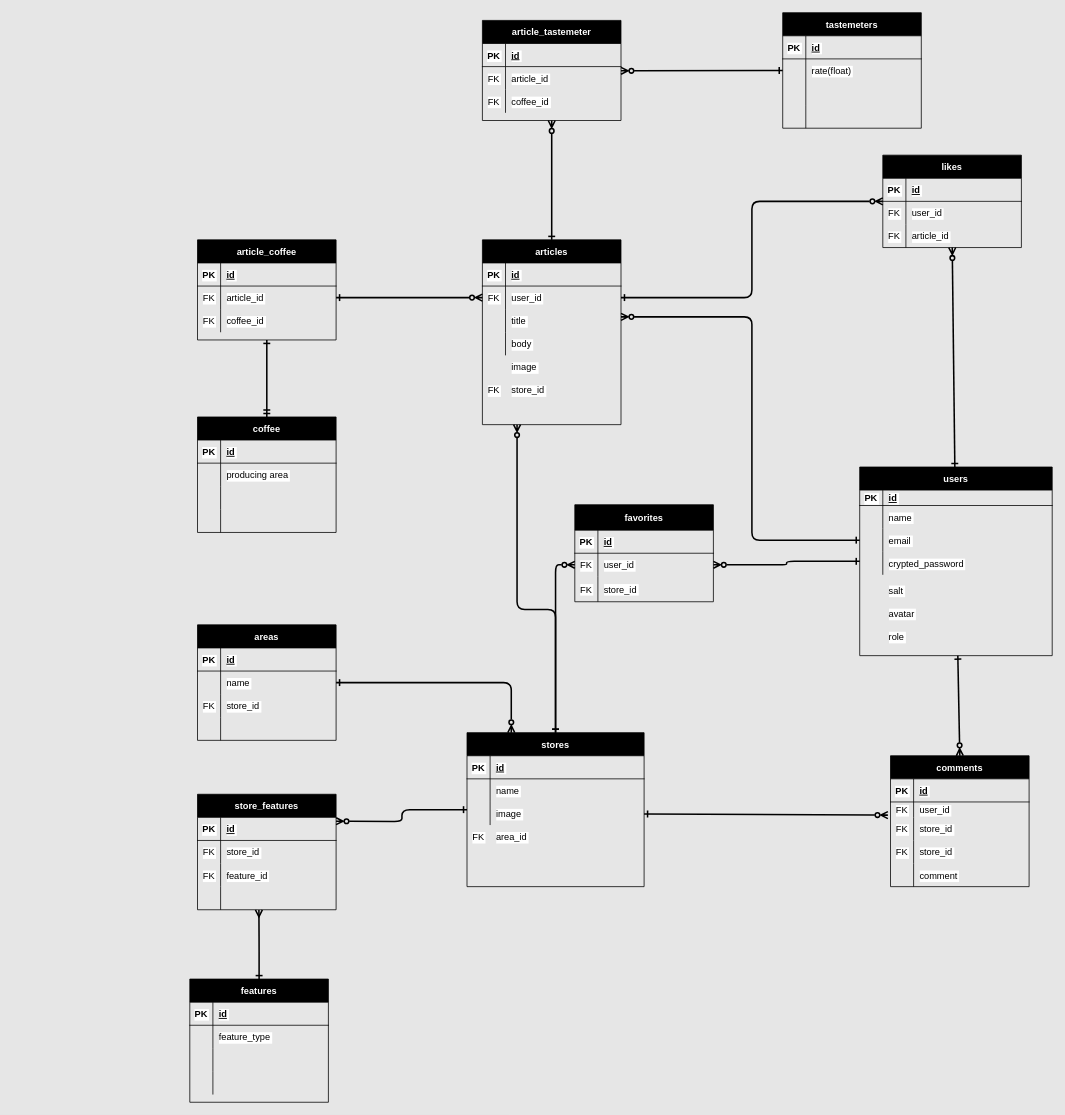
This is er.drawio from oldnew194/cold_brew_app, a draw.io file, before an edit. Source tidied: cells renumbered, new cells numbered last; positions are measured from the earlier drawing's top-left corner, leaving out a move shared by most shapes. Both pictures are drawn from the tidied source at 77%, with x=0, y=0 at pixel (189, 12).
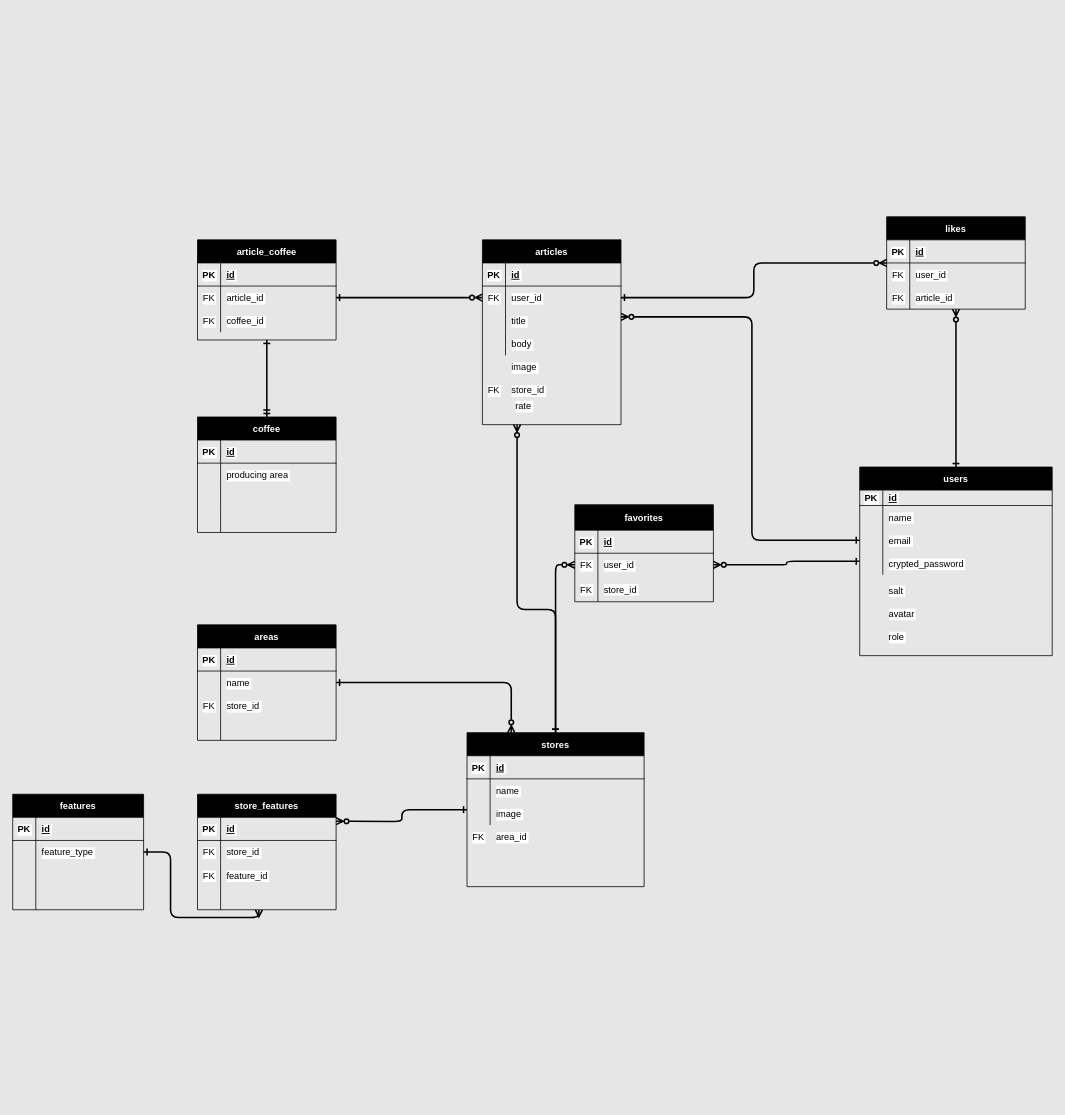
The same page after the edit.

Unchanged cells that the change refers to:
```xml
<mxCell id="3" value="articles" style="shape=table;startSize=30;childLayout=tableLayout;rowLines=0;fontStyle=1;align=center;fontColor=#FFFFFF;labelBackgroundColor=#000000;swimlaneFillColor=none;gradientColor=none;strokeColor=#000000;fillColor=#000000;" parent="1" vertex="1">
  <mxGeometry x="380" y="295" width="180" height="240" as="geometry" />
</mxCell>
<mxCell id="19" value="users" style="shape=table;startSize=30;childLayout=tableLayout;rowLines=0;fontStyle=1;align=center;labelBackgroundColor=#000000;fontColor=#FFFFFF;strokeColor=#000000;fillColor=#000000;" parent="1" vertex="1">
  <mxGeometry x="870" y="590" width="250" height="245" as="geometry" />
</mxCell>
<mxCell id="95" style="shape=partialRectangle;fillColor=none;top=0;left=0;bottom=0;right=0;points=[[0,0.5],[1,0.5]];portConstraint=eastwest;fontColor=#000000;labelBackgroundColor=#FFFFFF;strokeColor=#000000;" parent="88" vertex="1">
  <mxGeometry y="90" width="230" height="30" as="geometry" />
</mxCell>
```

The edit, as a diff of the source:
```diff
@@
-    <mxCell id="2" style="edgeStyle=none;html=1;entryX=0.5;entryY=1;entryDx=0;entryDy=0;startArrow=ERone;startFill=0;endArrow=ERzeroToMany;endFill=0;strokeColor=#000000;strokeWidth=2;" parent="1" edge="1" source="3" target="170">
-      <mxGeometry relative="1" as="geometry" />
-    </mxCell>
@@
-    <mxCell id="17" style="edgeStyle=none;html=1;entryX=0.5;entryY=0;entryDx=0;entryDy=0;startArrow=ERone;startFill=0;endArrow=ERzeroToMany;endFill=0;strokeColor=#000000;strokeWidth=2;" parent="1" edge="1" source="19" target="55">
-      <mxGeometry relative="1" as="geometry" />
-    </mxCell>
@@
     <mxCell id="32" value="likes" style="shape=table;startSize=30;childLayout=tableLayout;rowLines=0;fontStyle=1;align=center;fontColor=#FFFFFF;labelBackgroundColor=#000000;strokeColor=#000000;fillColor=#000000;" parent="1" vertex="1">
-      <mxGeometry x="900" y="185" width="180" height="120" as="geometry" />
+      <mxGeometry x="905" y="265" width="180" height="120" as="geometry" />
     </mxCell>
@@
-    <mxCell id="55" value="comments" style="shape=table;startSize=30;childLayout=tableLayout;rowLines=0;fontStyle=1;align=center;fontColor=#FFFFFF;labelBackgroundColor=#000000;strokeColor=#000000;fillColor=#000000;" parent="1" vertex="1">
-      <mxGeometry x="910" y="965" width="180" height="170" as="geometry" />
-    </mxCell>
-    <mxCell id="56" style="shape=partialRectangle;fillColor=none;top=0;left=0;bottom=1;right=0;fontColor=#000000;labelBackgroundColor=#FFFFFF;strokeColor=#000000;" parent="55" vertex="1">
-      <mxGeometry y="30" width="180" height="30" as="geometry" />
-    </mxCell>
-    <mxCell id="57" value="PK" style="shape=partialRectangle;fillColor=none;top=0;left=0;bottom=0;right=0;fontStyle=1;overflow=hidden;fontColor=#000000;labelBackgroundColor=#FFFFFF;strokeColor=#000000;" parent="56" vertex="1">
-      <mxGeometry width="30" height="30" as="geometry" />
-    </mxCell>
-    <mxCell id="58" value="id" style="shape=partialRectangle;fillColor=none;top=0;left=0;bottom=0;right=0;align=left;spacingLeft=6;fontStyle=5;overflow=hidden;fontColor=#000000;labelBackgroundColor=#FFFFFF;strokeColor=#000000;" parent="56" vertex="1">
-      <mxGeometry x="30" width="150" height="30" as="geometry" />
-    </mxCell>
-    <mxCell id="59" style="shape=partialRectangle;fillColor=none;top=0;left=0;bottom=0;right=0;fontColor=#000000;labelBackgroundColor=#FFFFFF;strokeColor=#000000;" parent="55" vertex="1">
-      <mxGeometry y="60" width="180" height="20" as="geometry" />
-    </mxCell>
-    <mxCell id="60" value="FK" style="shape=partialRectangle;fillColor=none;top=0;left=0;bottom=0;right=0;overflow=hidden;fontColor=#000000;labelBackgroundColor=#FFFFFF;strokeColor=#000000;" parent="59" vertex="1">
-      <mxGeometry width="30" height="20" as="geometry" />
-    </mxCell>
-    <mxCell id="61" value="user_id" style="shape=partialRectangle;fillColor=none;top=0;left=0;bottom=0;right=0;align=left;spacingLeft=6;overflow=hidden;fontColor=#000000;labelBackgroundColor=#FFFFFF;strokeColor=#000000;" parent="59" vertex="1">
-      <mxGeometry x="30" width="150" height="20" as="geometry" />
-    </mxCell>
-    <mxCell id="62" style="shape=partialRectangle;fillColor=none;top=0;left=0;bottom=0;right=0;points=[[0,0.5],[1,0.5]];portConstraint=eastwest;fontColor=#000000;labelBackgroundColor=#FFFFFF;strokeColor=#000000;" parent="55" vertex="1">
-      <mxGeometry y="80" width="180" height="30" as="geometry" />
-    </mxCell>
-    <mxCell id="63" value="FK" style="shape=partialRectangle;fillColor=none;top=0;left=0;bottom=0;right=0;overflow=hidden;fontColor=#000000;labelBackgroundColor=#FFFFFF;strokeColor=#000000;" parent="62" vertex="1">
-      <mxGeometry width="30" height="30" as="geometry" />
-    </mxCell>
-    <mxCell id="64" value="store_id" style="shape=partialRectangle;fillColor=none;top=0;left=0;bottom=0;right=0;align=left;spacingLeft=6;overflow=hidden;fontColor=#000000;labelBackgroundColor=#FFFFFF;strokeColor=#000000;" parent="62" vertex="1">
-      <mxGeometry x="30" width="150" height="30" as="geometry" />
-    </mxCell>
-    <mxCell id="65" style="shape=partialRectangle;fillColor=none;top=0;left=0;bottom=0;right=0;fontColor=#000000;labelBackgroundColor=#FFFFFF;strokeColor=#000000;" parent="55" vertex="1">
-      <mxGeometry y="110" width="180" height="30" as="geometry" />
-    </mxCell>
-    <mxCell id="66" value="FK" style="shape=partialRectangle;fillColor=none;top=0;left=0;bottom=0;right=0;overflow=hidden;fontColor=#000000;labelBackgroundColor=#FFFFFF;strokeColor=#000000;" parent="65" vertex="1">
-      <mxGeometry width="30" height="30" as="geometry" />
-    </mxCell>
-    <mxCell id="67" value="store_id" style="shape=partialRectangle;fillColor=none;top=0;left=0;bottom=0;right=0;align=left;spacingLeft=6;overflow=hidden;fontColor=#000000;labelBackgroundColor=#FFFFFF;strokeColor=#000000;" parent="65" vertex="1">
-      <mxGeometry x="30" width="150" height="30" as="geometry" />
-    </mxCell>
-    <mxCell id="68" style="shape=partialRectangle;fillColor=none;top=0;left=0;bottom=0;right=0;fontColor=#000000;labelBackgroundColor=#FFFFFF;strokeColor=#000000;" parent="55" vertex="1">
-      <mxGeometry y="140" width="180" height="30" as="geometry" />
-    </mxCell>
-    <mxCell id="69" style="shape=partialRectangle;fillColor=none;top=0;left=0;bottom=0;right=0;overflow=hidden;fontColor=#000000;labelBackgroundColor=#FFFFFF;strokeColor=#000000;" parent="68" vertex="1">
-      <mxGeometry width="30" height="30" as="geometry" />
-    </mxCell>
-    <mxCell id="70" value="comment" style="shape=partialRectangle;fillColor=none;top=0;left=0;bottom=0;right=0;align=left;spacingLeft=6;overflow=hidden;fontColor=#000000;labelBackgroundColor=#FFFFFF;strokeColor=#000000;" parent="68" vertex="1">
-      <mxGeometry x="30" width="150" height="30" as="geometry" />
-    </mxCell>
@@
     <mxCell id="99" value="features" style="shape=table;startSize=30;childLayout=tableLayout;rowLines=0;fontStyle=1;align=center;strokeColor=#000000;fontColor=#FFFFFF;labelBackgroundColor=#000000;fillColor=#000000;" parent="1" vertex="1">
-      <mxGeometry y="1255" width="180" height="160" as="geometry" />
+      <mxGeometry x="-230" y="1015" width="170" height="150" as="geometry" />
     </mxCell>
     <mxCell id="100" style="shape=partialRectangle;fillColor=none;top=0;left=0;bottom=1;right=0;strokeColor=#000000;fontColor=#000000;labelBackgroundColor=#FFFFFF;" parent="99" vertex="1">
-      <mxGeometry y="30" width="180" height="30" as="geometry" />
+      <mxGeometry y="30" width="170" height="30" as="geometry" />
     </mxCell>
@@
     <mxCell id="102" value="id" style="shape=partialRectangle;fillColor=none;top=0;left=0;bottom=0;right=0;align=left;spacingLeft=6;fontStyle=5;overflow=hidden;strokeColor=#000000;fontColor=#000000;labelBackgroundColor=#FFFFFF;" parent="100" vertex="1">
-      <mxGeometry x="30" width="150" height="30" as="geometry" />
+      <mxGeometry x="30" width="140" height="30" as="geometry" />
     </mxCell>
     <mxCell id="103" style="shape=partialRectangle;fillColor=none;top=0;left=0;bottom=0;right=0;strokeColor=#000000;fontColor=#000000;labelBackgroundColor=#FFFFFF;" parent="99" vertex="1">
-      <mxGeometry y="60" width="180" height="30" as="geometry" />
+      <mxGeometry y="60" width="170" height="30" as="geometry" />
     </mxCell>
@@
     <mxCell id="105" value="feature_type" style="shape=partialRectangle;fillColor=none;top=0;left=0;bottom=0;right=0;align=left;spacingLeft=6;overflow=hidden;strokeColor=#000000;fontColor=#000000;labelBackgroundColor=#FFFFFF;" parent="103" vertex="1">
-      <mxGeometry x="30" width="150" height="30" as="geometry" />
+      <mxGeometry x="30" width="140" height="30" as="geometry" />
     </mxCell>
     <mxCell id="106" style="shape=partialRectangle;fillColor=none;top=0;left=0;bottom=0;right=0;strokeColor=#000000;fontColor=#000000;labelBackgroundColor=#FFFFFF;" parent="99" vertex="1">
-      <mxGeometry y="90" width="180" height="30" as="geometry" />
+      <mxGeometry y="90" width="170" height="30" as="geometry" />
     </mxCell>
@@
     <mxCell id="108" style="shape=partialRectangle;fillColor=none;top=0;left=0;bottom=0;right=0;align=left;spacingLeft=6;overflow=hidden;strokeColor=#000000;fontColor=#000000;labelBackgroundColor=#FFFFFF;" parent="106" vertex="1">
-      <mxGeometry x="30" width="150" height="30" as="geometry" />
+      <mxGeometry x="30" width="140" height="30" as="geometry" />
     </mxCell>
     <mxCell id="109" style="shape=partialRectangle;fillColor=none;top=0;left=0;bottom=0;right=0;strokeColor=#000000;fontColor=#000000;labelBackgroundColor=#FFFFFF;" parent="99" vertex="1">
-      <mxGeometry y="120" width="180" height="30" as="geometry" />
+      <mxGeometry y="120" width="170" height="30" as="geometry" />
     </mxCell>
@@
     <mxCell id="111" style="shape=partialRectangle;fillColor=none;top=0;left=0;bottom=0;right=0;align=left;spacingLeft=6;overflow=hidden;strokeColor=#000000;fontColor=#000000;labelBackgroundColor=#FFFFFF;" parent="109" vertex="1">
-      <mxGeometry x="30" width="150" height="30" as="geometry" />
+      <mxGeometry x="30" width="140" height="30" as="geometry" />
     </mxCell>
@@
-    <mxCell id="154" style="edgeStyle=none;html=1;entryX=-0.019;entryY=-0.096;entryDx=0;entryDy=0;entryPerimeter=0;strokeColor=#000000;strokeWidth=2;startArrow=ERone;startFill=0;endArrow=ERzeroToMany;endFill=0;" parent="1" edge="1" source="95" target="62">
-      <mxGeometry relative="1" as="geometry" />
-    </mxCell>
@@
-    <mxCell id="157" value="tastemeters" style="shape=table;startSize=30;childLayout=tableLayout;rowLines=0;fontStyle=1;align=center;strokeColor=#000000;labelBackgroundColor=#000000;fontColor=#FFFFFF;fillColor=#000000;" parent="1" vertex="1">
-      <mxGeometry x="770" width="180" height="150" as="geometry" />
-    </mxCell>
-    <mxCell id="158" style="shape=partialRectangle;fillColor=none;top=0;left=0;bottom=1;right=0;fontColor=#000000;labelBackgroundColor=#FFFFFF;strokeColor=#000000;" parent="157" vertex="1">
-      <mxGeometry y="30" width="180" height="30" as="geometry" />
-    </mxCell>
-    <mxCell id="159" value="PK" style="shape=partialRectangle;fillColor=none;top=0;left=0;bottom=0;right=0;fontStyle=1;overflow=hidden;fontColor=#000000;labelBackgroundColor=#FFFFFF;strokeColor=#000000;" parent="158" vertex="1">
-      <mxGeometry width="30" height="30" as="geometry" />
-    </mxCell>
-    <mxCell id="160" value="id" style="shape=partialRectangle;fillColor=none;top=0;left=0;bottom=0;right=0;align=left;spacingLeft=6;fontStyle=5;overflow=hidden;fontColor=#000000;labelBackgroundColor=#FFFFFF;strokeColor=#000000;" parent="158" vertex="1">
-      <mxGeometry x="30" width="150" height="30" as="geometry" />
-    </mxCell>
-    <mxCell id="161" style="shape=partialRectangle;fillColor=none;top=0;left=0;bottom=0;right=0;points=[[0,0.5],[1,0.5]];portConstraint=eastwest;fontColor=#000000;labelBackgroundColor=#FFFFFF;strokeColor=#000000;" parent="157" vertex="1">
-      <mxGeometry y="60" width="180" height="30" as="geometry" />
-    </mxCell>
-    <mxCell id="162" style="shape=partialRectangle;fillColor=none;top=0;left=0;bottom=0;right=0;overflow=hidden;fontColor=#000000;labelBackgroundColor=#FFFFFF;strokeColor=#000000;" parent="161" vertex="1">
-      <mxGeometry width="30" height="30" as="geometry" />
-    </mxCell>
-    <mxCell id="163" value="rate(float)" style="shape=partialRectangle;fillColor=none;top=0;left=0;bottom=0;right=0;align=left;spacingLeft=6;overflow=hidden;fontColor=#000000;labelBackgroundColor=#FFFFFF;strokeColor=#000000;" parent="161" vertex="1">
-      <mxGeometry x="30" width="150" height="30" as="geometry" />
-    </mxCell>
-    <mxCell id="164" style="shape=partialRectangle;fillColor=none;top=0;left=0;bottom=0;right=0;strokeColor=#000000;" parent="157" vertex="1">
-      <mxGeometry y="90" width="180" height="30" as="geometry" />
-    </mxCell>
-    <mxCell id="165" style="shape=partialRectangle;fillColor=none;top=0;left=0;bottom=0;right=0;overflow=hidden;strokeColor=#000000;" parent="164" vertex="1">
-      <mxGeometry width="30" height="30" as="geometry" />
-    </mxCell>
-    <mxCell id="166" style="shape=partialRectangle;fillColor=none;top=0;left=0;bottom=0;right=0;align=left;spacingLeft=6;overflow=hidden;strokeColor=#000000;" parent="164" vertex="1">
-      <mxGeometry x="30" width="150" height="30" as="geometry" />
-    </mxCell>
-    <mxCell id="167" style="shape=partialRectangle;fillColor=none;top=0;left=0;bottom=0;right=0;fontColor=#000000;labelBackgroundColor=#FFFFFF;strokeColor=#000000;" parent="157" vertex="1">
-      <mxGeometry y="120" width="180" height="30" as="geometry" />
-    </mxCell>
-    <mxCell id="168" style="shape=partialRectangle;fillColor=none;top=0;left=0;bottom=0;right=0;overflow=hidden;fontColor=#000000;labelBackgroundColor=#FFFFFF;strokeColor=#000000;" parent="167" vertex="1">
-      <mxGeometry width="30" height="30" as="geometry" />
-    </mxCell>
-    <mxCell id="169" style="shape=partialRectangle;fillColor=none;top=0;left=0;bottom=0;right=0;align=left;spacingLeft=6;overflow=hidden;fontColor=#000000;labelBackgroundColor=#FFFFFF;strokeColor=#000000;" parent="167" vertex="1">
-      <mxGeometry x="30" width="150" height="30" as="geometry" />
-    </mxCell>
-    <mxCell id="170" value="article_tastemeter" style="shape=table;startSize=30;childLayout=tableLayout;rowLines=0;fontStyle=1;align=center;fontColor=#FFFFFF;labelBackgroundColor=#000000;strokeColor=#000000;fillColor=#000000;" parent="1" vertex="1">
-      <mxGeometry x="380" y="10" width="180" height="130" as="geometry" />
-    </mxCell>
-    <mxCell id="171" style="shape=partialRectangle;fillColor=none;top=0;left=0;bottom=1;right=0;fontColor=#000000;labelBackgroundColor=#FFFFFF;strokeColor=#000000;" parent="170" vertex="1">
-      <mxGeometry y="30" width="180" height="30" as="geometry" />
-    </mxCell>
-    <mxCell id="172" value="PK" style="shape=partialRectangle;fillColor=none;top=0;left=0;bottom=0;right=0;fontStyle=1;overflow=hidden;fontColor=#000000;labelBackgroundColor=#FFFFFF;strokeColor=#000000;" parent="171" vertex="1">
-      <mxGeometry width="30" height="30" as="geometry" />
-    </mxCell>
-    <mxCell id="173" value="id" style="shape=partialRectangle;fillColor=none;top=0;left=0;bottom=0;right=0;align=left;spacingLeft=6;fontStyle=5;overflow=hidden;fontColor=#000000;labelBackgroundColor=#FFFFFF;strokeColor=#000000;" parent="171" vertex="1">
-      <mxGeometry x="30" width="150" height="30" as="geometry" />
-    </mxCell>
-    <mxCell id="174" style="shape=partialRectangle;fillColor=none;top=0;left=0;bottom=0;right=0;points=[[0,0.5],[1,0.5]];portConstraint=eastwest;fontColor=#000000;labelBackgroundColor=#FFFFFF;strokeColor=#000000;" parent="170" vertex="1">
-      <mxGeometry y="60" width="180" height="30" as="geometry" />
-    </mxCell>
-    <mxCell id="175" value="FK" style="shape=partialRectangle;fillColor=none;top=0;left=0;bottom=0;right=0;overflow=hidden;fontColor=#000000;labelBackgroundColor=#FFFFFF;strokeColor=#000000;" parent="174" vertex="1">
-      <mxGeometry width="30" height="30" as="geometry" />
-    </mxCell>
-    <mxCell id="176" value="article_id" style="shape=partialRectangle;fillColor=none;top=0;left=0;bottom=0;right=0;align=left;spacingLeft=6;overflow=hidden;fontColor=#000000;labelBackgroundColor=#FFFFFF;strokeColor=#000000;" parent="174" vertex="1">
-      <mxGeometry x="30" width="150" height="30" as="geometry" />
-    </mxCell>
-    <mxCell id="177" style="shape=partialRectangle;fillColor=none;top=0;left=0;bottom=0;right=0;fontColor=#000000;labelBackgroundColor=#FFFFFF;strokeColor=#000000;" parent="170" vertex="1">
-      <mxGeometry y="90" width="180" height="30" as="geometry" />
-    </mxCell>
-    <mxCell id="178" value="FK" style="shape=partialRectangle;fillColor=none;top=0;left=0;bottom=0;right=0;overflow=hidden;fontColor=#000000;labelBackgroundColor=#FFFFFF;strokeColor=#000000;" parent="177" vertex="1">
-      <mxGeometry width="30" height="30" as="geometry" />
-    </mxCell>
-    <mxCell id="179" value="coffee_id" style="shape=partialRectangle;fillColor=none;top=0;left=0;bottom=0;right=0;align=left;spacingLeft=6;overflow=hidden;fontColor=#000000;labelBackgroundColor=#FFFFFF;strokeColor=#000000;" parent="177" vertex="1">
-      <mxGeometry x="30" width="150" height="30" as="geometry" />
-    </mxCell>
-    <mxCell id="180" style="edgeStyle=none;html=1;startArrow=ERone;startFill=0;endArrow=ERzeroToMany;endFill=0;strokeColor=#000000;strokeWidth=2;entryX=1;entryY=0.183;entryDx=0;entryDy=0;entryPerimeter=0;" parent="1" edge="1" source="161" target="174">
-      <mxGeometry relative="1" as="geometry" />
-    </mxCell>
@@
+    <mxCell id="182" value="rate" style="shape=partialRectangle;fillColor=none;top=0;left=0;bottom=0;right=0;align=left;spacingLeft=6;overflow=hidden;fontColor=#000000;labelBackgroundColor=#FFFFFF;strokeColor=#000000;" parent="1" vertex="1">
+      <mxGeometry x="415" y="495" width="150" height="30" as="geometry" />
+    </mxCell>
```
